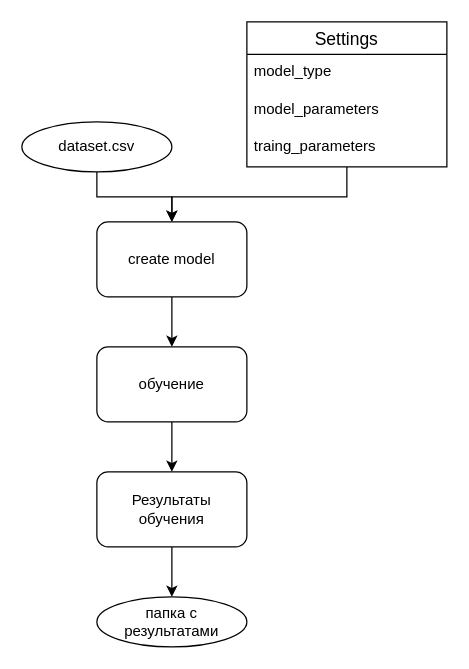
vvzunin/GRNTIClass keeps this draw.io diagram as page "Обучение" (3 of 5) of architecture.drawio. Above is the earlier version. Source tidied: cells renumbered, new cells numbered last; positions are measured from the earlier drawing's top-left corner, leaving out a move shared by most shapes. Both pictures are drawn from the tidied source at 125%, with x=0, y=0 at pixel (21, 21).
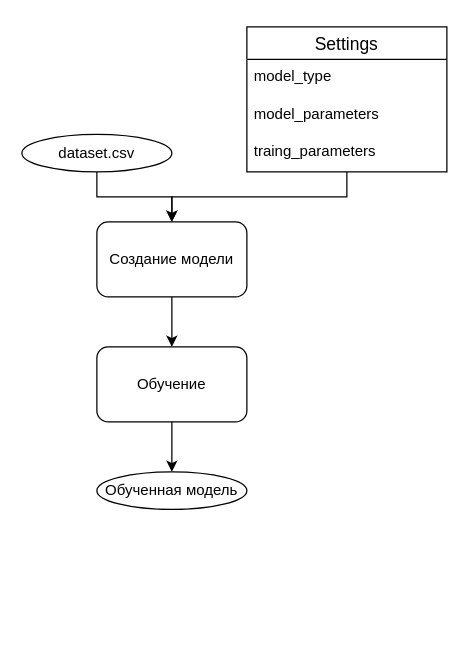
The same page after the edit.

The edit, as a diff of the source:
```diff
@@
 <mxGraphModel>
   <root>
     <mxCell id="0" />
     <mxCell id="1" parent="0" />
     <mxCell id="2" style="edgeStyle=orthogonalEdgeStyle;rounded=0;jettySize=auto;html=1;" parent="1" edge="1" source="3" target="12">
       <mxGeometry relative="1" as="geometry" />
     </mxCell>
-    <mxCell id="3" value="create model" style="rounded=1;whiteSpace=wrap;html=1;" parent="1" vertex="1">
+    <mxCell id="3" value="Создание модели" style="rounded=1;whiteSpace=wrap;html=1;" parent="1" vertex="1">
       <mxGeometry x="60" y="160" width="120" height="60" as="geometry" />
     </mxCell>
     <mxCell id="4" style="edgeStyle=orthogonalEdgeStyle;rounded=0;jettySize=auto;html=1;" parent="1" edge="1" source="5" target="3">
       <mxGeometry relative="1" as="geometry" />
     </mxCell>
     <mxCell id="5" value="dataset.csv" style="ellipse;whiteSpace=wrap;html=1;" parent="1" vertex="1">
-      <mxGeometry y="80" width="120" height="40" as="geometry" />
+      <mxGeometry y="90" width="120" height="30" as="geometry" />
     </mxCell>
     <mxCell id="6" style="edgeStyle=orthogonalEdgeStyle;rounded=0;jettySize=auto;html=1;" parent="1" edge="1" source="7" target="3">
       <mxGeometry relative="1" as="geometry">
         <Array as="points">
           <mxPoint x="260" y="140" />
           <mxPoint x="120" y="140" />
         </Array>
       </mxGeometry>
     </mxCell>
     <mxCell id="7" value="Settings" style="swimlane;fontStyle=0;horizontal=1;startSize=26;align=center;fontSize=14;" parent="1" vertex="1">
-      <mxGeometry x="180" width="160" height="116" as="geometry" />
+      <mxGeometry x="180" y="4" width="160" height="116" as="geometry" />
     </mxCell>
     <mxCell id="8" value="model_type" style="text;strokeColor=none;fillColor=none;spacingLeft=4;spacingRight=4;overflow=hidden;fontSize=12;whiteSpace=wrap;html=1;" parent="7" vertex="1">
       <mxGeometry y="26" width="160" height="30" as="geometry" />
     </mxCell>
     <mxCell id="9" value="model_parameters" style="text;strokeColor=none;fillColor=none;spacingLeft=4;spacingRight=4;overflow=hidden;fontSize=12;whiteSpace=wrap;html=1;" parent="7" vertex="1">
       <mxGeometry y="56" width="160" height="30" as="geometry" />
     </mxCell>
     <mxCell id="10" value="traing_parameters" style="text;strokeColor=none;fillColor=none;spacingLeft=4;spacingRight=4;overflow=hidden;fontSize=12;whiteSpace=wrap;html=1;" parent="7" vertex="1">
       <mxGeometry y="86" width="160" height="30" as="geometry" />
     </mxCell>
-    <mxCell id="11" style="edgeStyle=orthogonalEdgeStyle;rounded=0;jettySize=auto;html=1;" parent="1" edge="1" source="12" target="14">
-      <mxGeometry relative="1" as="geometry" />
-    </mxCell>
+    <mxCell id="16" style="edgeStyle=orthogonalEdgeStyle;rounded=0;jettySize=auto;html=1;" parent="1" edge="1" source="12" target="17">
+      <mxGeometry relative="1" as="geometry" />
+    </mxCell>
-    <mxCell id="12" value="обучение" style="rounded=1;whiteSpace=wrap;html=1;" parent="1" vertex="1">
+    <mxCell id="12" value="Обучение" style="rounded=1;whiteSpace=wrap;html=1;" parent="1" vertex="1">
       <mxGeometry x="60" y="260" width="120" height="60" as="geometry" />
     </mxCell>
-    <mxCell id="13" style="edgeStyle=orthogonalEdgeStyle;rounded=0;jettySize=auto;html=1;" parent="1" edge="1" source="14" target="15">
-      <mxGeometry relative="1" as="geometry" />
-    </mxCell>
-    <mxCell id="14" value="Результаты обучения" style="rounded=1;whiteSpace=wrap;html=1;" parent="1" vertex="1">
-      <mxGeometry x="60" y="360" width="120" height="60" as="geometry" />
-    </mxCell>
-    <mxCell id="15" value="папка с результатами" style="ellipse;whiteSpace=wrap;html=1;" parent="1" vertex="1">
-      <mxGeometry x="60" y="460" width="120" height="40" as="geometry" />
-    </mxCell>
+    <mxCell id="17" value="Обученная модель" style="ellipse;whiteSpace=wrap;html=1;" parent="1" vertex="1">
+      <mxGeometry x="60" y="360" width="120" height="30" as="geometry" />
+    </mxCell>
   </root>
 </mxGraphModel>
```
